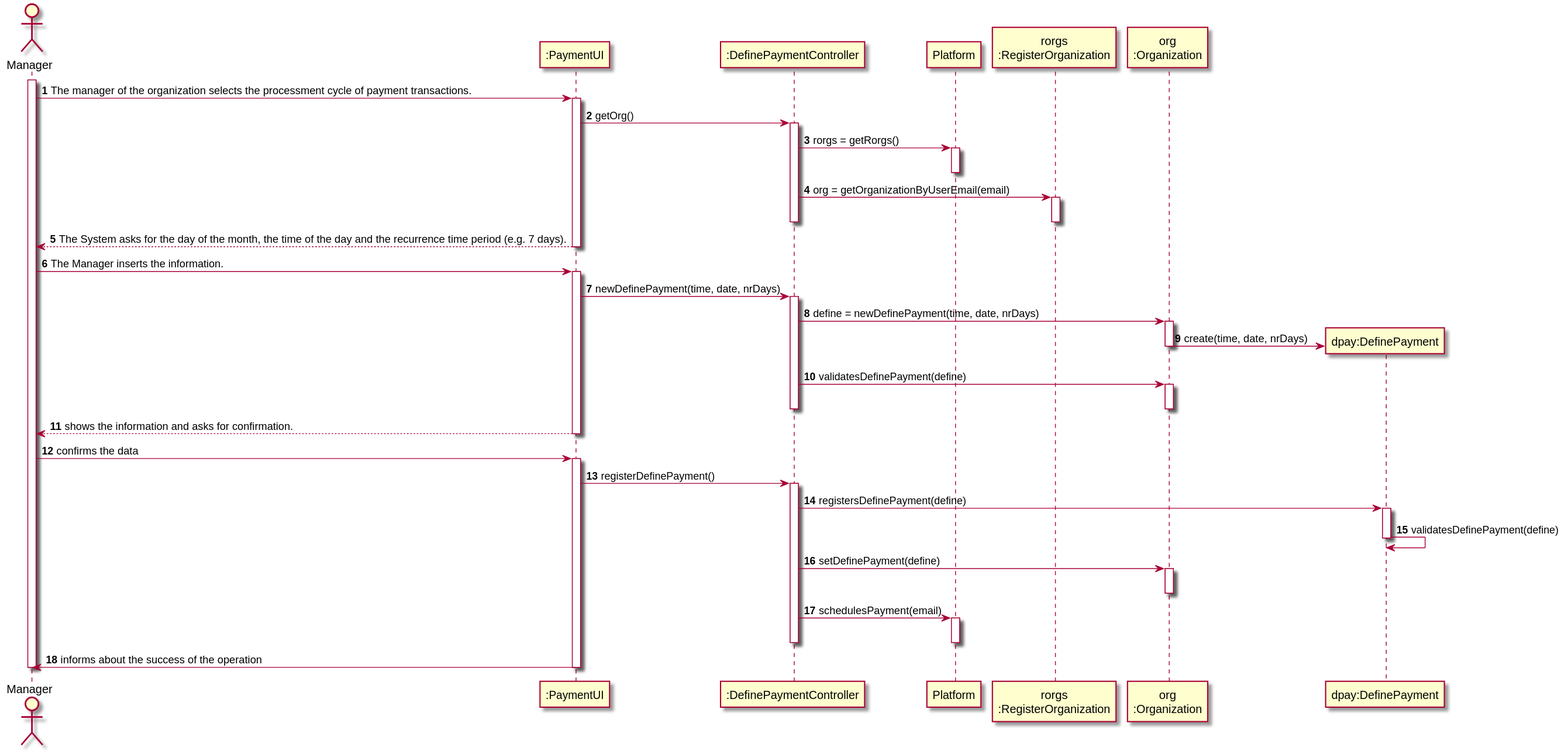
The PlantUML diagram docs/UC6 - Define Payment hour/UC6_SD.svg in 1190452/LAPR2, before a commit.
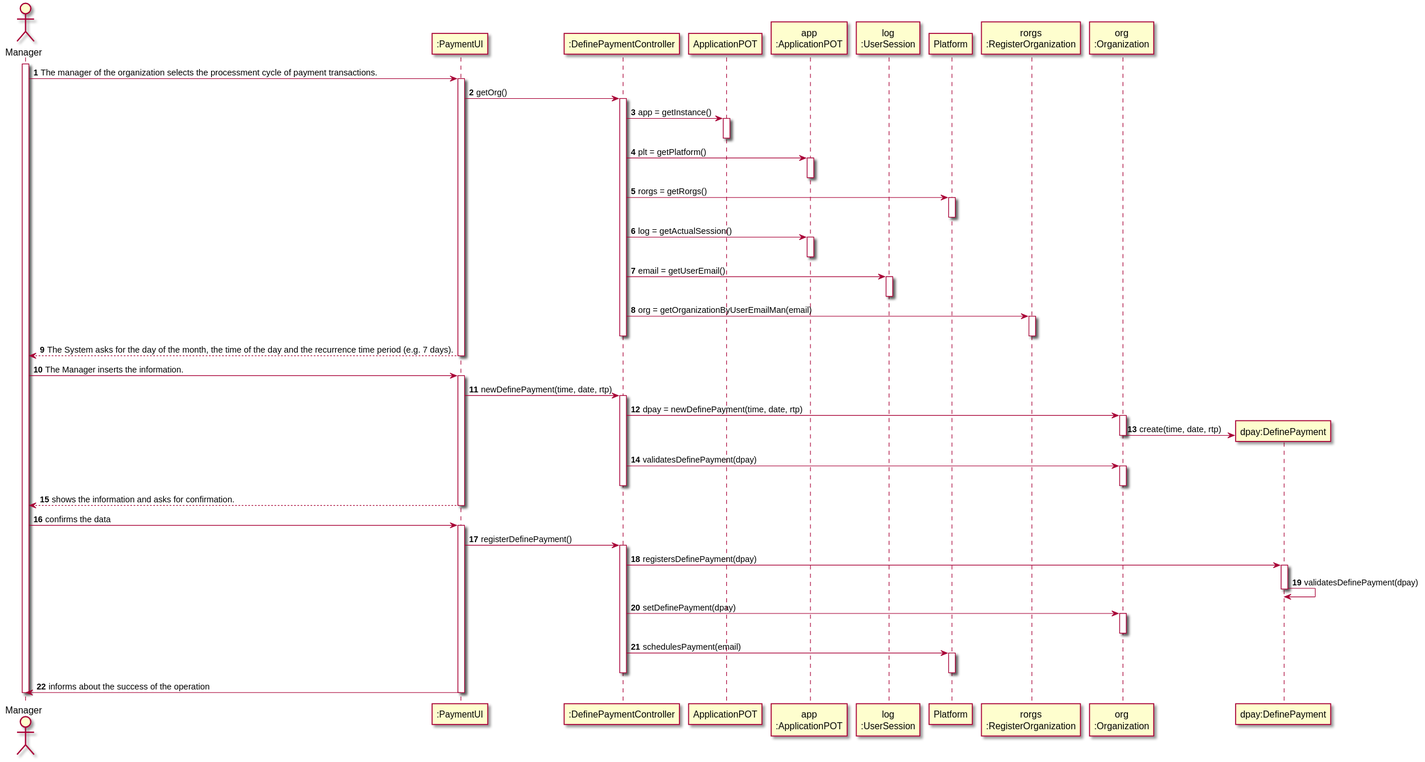
The same file after the commit.

The edit, as a diff of the source:
```diff
@@ -4,12 +4,13 @@
 
 participant ":PaymentUI" as UI
 participant ":DefinePaymentController" as CTRL
+participant "ApplicationPOT" as _APP
+participant "app\n:ApplicationPOT" as APP
+participant "log\n:UserSession" as SESSAO
 participant "Platform" as P
 participant "rorgs\n:RegisterOrganization" as RO
 participant "org\n:Organization" as O
 participant "dpay:DefinePayment" as DPAY
-
-
 
 activate ADM
 ADM -> UI : The manager of the organization selects the processment cycle of payment transactions.
@@ -18,17 +19,29 @@
 UI -> CTRL : getOrg()
 activate CTRL
 
+CTRL -> _APP : app = getInstance()
+activate _APP
+deactivate _APP
+
+CTRL -> APP : plt = getPlatform()
+activate APP
+deactivate APP
 
 CTRL -> P : rorgs = getRorgs()
 activate P
 deactivate P
 
+CTRL -> APP : log = getActualSession()
+activate APP
+deactivate APP
 
-CTRL -> RO : org = getOrganizationByUserEmail(email)
+CTRL -> SESSAO : email = getUserEmail()
+activate SESSAO
+deactivate SESSAO
+
+CTRL -> RO : org = getOrganizationByUserEmailMan(email)
 activate RO
 deactivate RO
-
-
 
 deactivate CTRL
 
@@ -38,16 +51,15 @@
 ADM -> UI : The Manager inserts the information.
 activate UI
 
-UI -> CTRL : newDefinePayment(time, date, nrDays)
+UI -> CTRL : newDefinePayment(time, date, rtp)
 activate CTRL
 
-
-CTRL -> O : define = newDefinePayment(time, date, nrDays)
+CTRL -> O : dpay = newDefinePayment(time, date, rtp)
 activate O
-O -> DPAY** : create(time, date, nrDays)
+O -> DPAY** : create(time, date, rtp)
 deactivate O
 
-CTRL -> O : validatesDefinePayment(define)
+CTRL -> O : validatesDefinePayment(dpay)
 activate O
 deactivate O
 
@@ -62,11 +74,11 @@
 UI -> CTRL : registerDefinePayment()
 activate CTRL
 
-CTRL -> DPAY : registersDefinePayment(define)
+CTRL -> DPAY : registersDefinePayment(dpay)
 activate DPAY
-DPAY -> DPAY : validatesDefinePayment(define)
+DPAY -> DPAY : validatesDefinePayment(dpay)
 deactivate DPAY
-CTRL -> O : setDefinePayment(define)
+CTRL -> O : setDefinePayment(dpay)
 activate O
 deactivate O
 
@@ -80,7 +92,4 @@
 deactivate UI
 deactivate ADM
 
-
-
-
 @enduml
```
